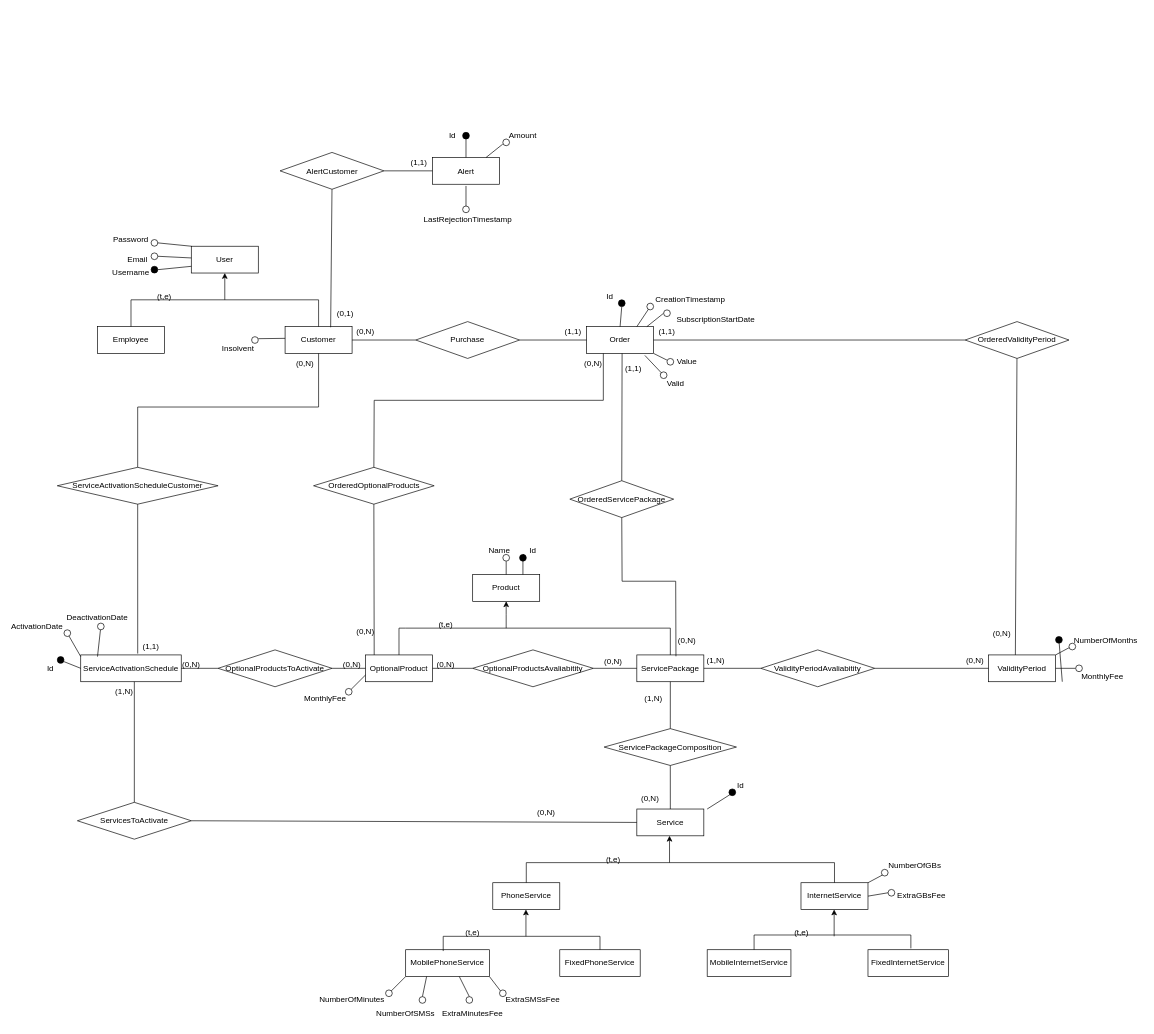
Earlier version of the draw.io diagram deliverables/ER.drawio (GianlucaLombardo13/db2-lombardo-magri). Source tidied: cells renumbered, new cells numbered last; positions are measured from the earlier drawing's top-left corner, leaving out a move shared by most shapes. Both pictures are drawn from the tidied source at 67%, with x=0, y=0 at pixel (17, 125).
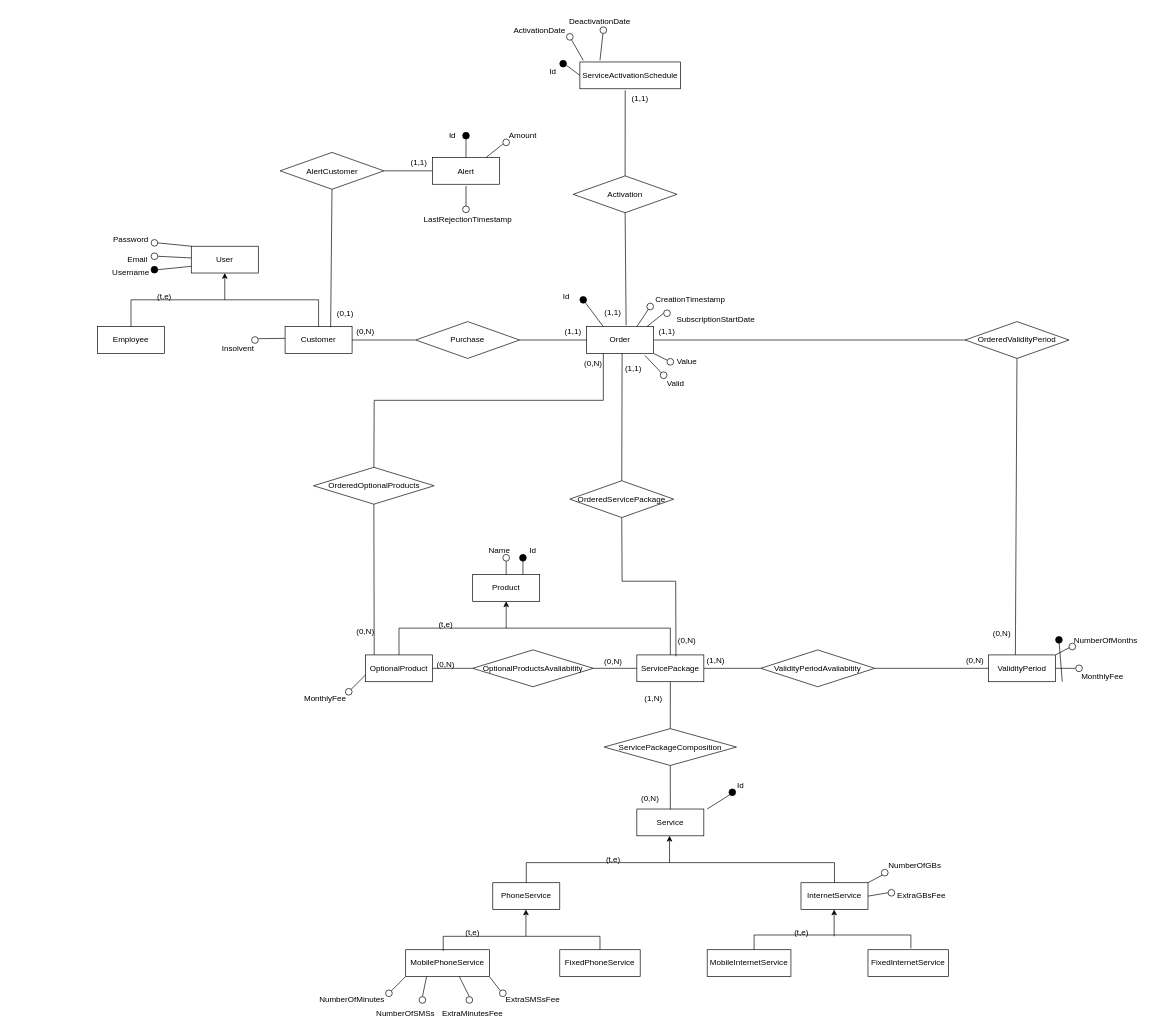
The same page after the edit.

Unchanged cells that the change refers to:
```xml
<mxCell id="4" value="Customer" style="whiteSpace=wrap;html=1;align=center;" parent="1" vertex="1">
  <mxGeometry x="400" y="300" width="100" height="40" as="geometry" />
</mxCell>
<mxCell id="26" value="OptionalProduct" style="whiteSpace=wrap;html=1;align=center;fillColor=#FFFFFF;" parent="1" vertex="1">
  <mxGeometry x="520" y="790" width="100" height="40" as="geometry" />
</mxCell>
<mxCell id="30" value="Service" style="whiteSpace=wrap;html=1;align=center;fillColor=#FFFFFF;" parent="1" vertex="1">
  <mxGeometry x="925" y="1020" width="100" height="40" as="geometry" />
</mxCell>
<mxCell id="91" value="Order" style="whiteSpace=wrap;html=1;align=center;fillColor=#FFFFFF;" parent="1" vertex="1">
  <mxGeometry x="850" y="300" width="100" height="40" as="geometry" />
</mxCell>
```

The edit, as a diff of the source:
```diff
@@
-    <mxCell id="92" style="endArrow=none;html=1;rounded=0;exitX=0.5;exitY=0;exitDx=0;exitDy=0;entryX=0.5;entryY=1;entryDx=0;entryDy=0;" parent="1" edge="1" source="91" target="93">
-      <mxGeometry relative="1" as="geometry" />
+    <mxCell id="92" style="endArrow=none;html=1;rounded=0;exitX=0.25;exitY=0;exitDx=0;exitDy=0;" parent="1" edge="1" source="91">
+      <mxGeometry relative="1" as="geometry">
+        <mxPoint x="845" y="260" as="targetPoint" />
+      </mxGeometry>
     </mxCell>
-    <mxCell id="93" style="ellipse;whiteSpace=wrap;html=1;fillColor=#000000;" parent="1" vertex="1">
-      <mxGeometry x="897.5" y="260" width="10" height="10" as="geometry" />
+    <mxCell id="93" style="ellipse;whiteSpace=wrap;html=1;fillColor=#000000;direction=south;" parent="1" vertex="1">
+      <mxGeometry x="840" y="255" width="10" height="10" as="geometry" />
     </mxCell>
@@
     <mxCell id="95" value="Id" style="text;html=1;strokeColor=none;fillColor=none;align=center;verticalAlign=middle;whiteSpace=wrap;rounded=0;" parent="1" vertex="1">
-      <mxGeometry x="855" y="240" width="60" height="30" as="geometry" />
+      <mxGeometry x="790" y="240" width="60" height="30" as="geometry" />
     </mxCell>
@@
     <mxCell id="129" value="ServiceActivationSchedule" style="whiteSpace=wrap;html=1;align=center;strokeColor=#000000;fillColor=#FFFFFF;" parent="1" vertex="1">
-      <mxGeometry x="95" y="790" width="150" height="40" as="geometry" />
+      <mxGeometry x="840" y="-95" width="150" height="40" as="geometry" />
     </mxCell>
-    <mxCell id="130" value="ServiceActivationScheduleCustomer" style="shape=rhombus;perimeter=rhombusPerimeter;whiteSpace=wrap;html=1;align=center;fillColor=#FFFFFF;" parent="1" vertex="1">
-      <mxGeometry x="60" y="510" width="240" height="55" as="geometry" />
-    </mxCell>
-    <mxCell id="131" style="endArrow=none;html=1;rounded=0;exitX=0.567;exitY=-0.05;exitDx=0;exitDy=0;exitPerimeter=0;entryX=0.5;entryY=1;entryDx=0;entryDy=0;" parent="1" edge="1" source="129" target="130">
-      <mxGeometry relative="1" as="geometry" />
-    </mxCell>
-    <mxCell id="132" style="endArrow=none;html=1;rounded=0;exitX=0.5;exitY=0;exitDx=0;exitDy=0;entryX=0.5;entryY=1;entryDx=0;entryDy=0;" parent="1" edge="1" source="130" target="4">
-      <mxGeometry relative="1" as="geometry">
-        <Array as="points">
-          <mxPoint x="180" y="420" />
-          <mxPoint x="450" y="420" />
-        </Array>
-      </mxGeometry>
-    </mxCell>
-    <mxCell id="133" value="(0,N)" style="text;html=1;strokeColor=none;fillColor=none;align=center;verticalAlign=middle;whiteSpace=wrap;rounded=0;" parent="1" vertex="1">
-      <mxGeometry x="400" y="340" width="60" height="30" as="geometry" />
-    </mxCell>
-    <mxCell id="134" value="(1,1)" style="text;html=1;strokeColor=none;fillColor=none;align=center;verticalAlign=middle;whiteSpace=wrap;rounded=0;" parent="1" vertex="1">
-      <mxGeometry x="170" y="762.5" width="60" height="30" as="geometry" />
-    </mxCell>
-    <mxCell id="135" value="OptionalProductsToActivate" style="shape=rhombus;perimeter=rhombusPerimeter;whiteSpace=wrap;html=1;align=center;fillColor=#FFFFFF;" parent="1" vertex="1">
-      <mxGeometry x="300" y="782.5" width="170" height="55" as="geometry" />
-    </mxCell>
-    <mxCell id="136" style="endArrow=none;html=1;rounded=0;exitX=1;exitY=0.5;exitDx=0;exitDy=0;" parent="1" edge="1" source="129" target="135">
-      <mxGeometry relative="1" as="geometry" />
-    </mxCell>
-    <mxCell id="137" style="endArrow=none;html=1;rounded=0;exitX=1;exitY=0.5;exitDx=0;exitDy=0;entryX=0;entryY=0.5;entryDx=0;entryDy=0;" parent="1" edge="1" source="135" target="26">
-      <mxGeometry relative="1" as="geometry" />
-    </mxCell>
-    <mxCell id="138" value="(0,N)" style="text;html=1;strokeColor=none;fillColor=none;align=center;verticalAlign=middle;whiteSpace=wrap;rounded=0;" parent="1" vertex="1">
-      <mxGeometry x="230" y="790" width="60" height="30" as="geometry" />
-    </mxCell>
-    <mxCell id="139" value="(0,N)" style="text;html=1;strokeColor=none;fillColor=none;align=center;verticalAlign=middle;whiteSpace=wrap;rounded=0;" parent="1" vertex="1">
-      <mxGeometry x="470" y="790" width="60" height="30" as="geometry" />
-    </mxCell>
-    <mxCell id="140" value="ServicesToActivate" style="shape=rhombus;perimeter=rhombusPerimeter;whiteSpace=wrap;html=1;align=center;fillColor=#FFFFFF;" parent="1" vertex="1">
-      <mxGeometry x="90" y="1010" width="170" height="55" as="geometry" />
-    </mxCell>
-    <mxCell id="141" style="endArrow=none;html=1;rounded=0;exitX=0.5;exitY=0;exitDx=0;exitDy=0;" parent="1" edge="1" source="140">
-      <mxGeometry relative="1" as="geometry">
-        <mxPoint x="175" y="830" as="targetPoint" />
-      </mxGeometry>
-    </mxCell>
-    <mxCell id="142" style="endArrow=none;html=1;rounded=0;exitX=1;exitY=0.5;exitDx=0;exitDy=0;entryX=0;entryY=0.5;entryDx=0;entryDy=0;" parent="1" edge="1" source="140" target="30">
-      <mxGeometry relative="1" as="geometry" />
-    </mxCell>
-    <mxCell id="143" value="(1,N)" style="text;html=1;strokeColor=none;fillColor=none;align=center;verticalAlign=middle;whiteSpace=wrap;rounded=0;" parent="1" vertex="1">
-      <mxGeometry x="130" y="830" width="60" height="30" as="geometry" />
-    </mxCell>
-    <mxCell id="144" value="(0,N)" style="text;html=1;strokeColor=none;fillColor=none;align=center;verticalAlign=middle;whiteSpace=wrap;rounded=0;" parent="1" vertex="1">
-      <mxGeometry x="760" y="1010" width="60" height="30" as="geometry" />
-    </mxCell>
     <mxCell id="145" style="endArrow=none;html=1;rounded=0;startArrow=none;" parent="1" edge="1" source="147">
       <mxGeometry relative="1" as="geometry">
-        <mxPoint x="120" y="750" as="targetPoint" />
+        <mxPoint x="870" y="-140" as="targetPoint" />
       </mxGeometry>
     </mxCell>
     <mxCell id="146" style="endArrow=none;html=1;rounded=0;startArrow=none;" parent="1" edge="1" source="149">
       <mxGeometry relative="1" as="geometry">
-        <mxPoint x="80" y="760" as="targetPoint" />
+        <mxPoint x="830" y="-130" as="targetPoint" />
       </mxGeometry>
     </mxCell>
     <mxCell id="147" style="ellipse;whiteSpace=wrap;html=1;fillColor=#FFFFFF;" parent="1" vertex="1">
-      <mxGeometry x="120" y="742.5" width="10" height="10" as="geometry" />
+      <mxGeometry x="870" y="-147.5" width="10" height="10" as="geometry" />
     </mxCell>
     <mxCell id="148" style="endArrow=none;html=1;rounded=0;" parent="1" edge="1" target="147">
       <mxGeometry relative="1" as="geometry">
-        <mxPoint x="120" y="792.5" as="sourcePoint" />
+        <mxPoint x="870" y="-97.5" as="sourcePoint" />
       </mxGeometry>
     </mxCell>
     <mxCell id="149" style="ellipse;whiteSpace=wrap;html=1;fillColor=#FFFFFF;" parent="1" vertex="1">
-      <mxGeometry x="70" y="752.5" width="10" height="10" as="geometry" />
+      <mxGeometry x="820" y="-137.5" width="10" height="10" as="geometry" />
     </mxCell>
     <mxCell id="150" style="endArrow=none;html=1;rounded=0;" parent="1" edge="1" target="149">
       <mxGeometry relative="1" as="geometry">
-        <mxPoint x="95" y="792.5" as="sourcePoint" />
+        <mxPoint x="845" y="-97.5" as="sourcePoint" />
       </mxGeometry>
     </mxCell>
     <mxCell id="151" style="ellipse;whiteSpace=wrap;html=1;fillColor=#000000;" parent="1" vertex="1">
-      <mxGeometry x="60" y="792.5" width="10" height="10" as="geometry" />
+      <mxGeometry x="810" y="-97.5" width="10" height="10" as="geometry" />
     </mxCell>
     <mxCell id="152" style="endArrow=none;html=1;rounded=0;exitX=0;exitY=0.5;exitDx=0;exitDy=0;" parent="1" edge="1" source="129">
       <mxGeometry relative="1" as="geometry">
-        <mxPoint x="70" y="800" as="targetPoint" />
+        <mxPoint x="820" y="-90" as="targetPoint" />
       </mxGeometry>
     </mxCell>
     <mxCell id="153" value="Id" style="text;html=1;strokeColor=none;fillColor=none;align=center;verticalAlign=middle;whiteSpace=wrap;rounded=0;" parent="1" vertex="1">
-      <mxGeometry x="20" y="795" width="60" height="30" as="geometry" />
+      <mxGeometry x="770" y="-95" width="60" height="30" as="geometry" />
     </mxCell>
     <mxCell id="154" value="ActivationDate" style="text;html=1;strokeColor=none;fillColor=none;align=center;verticalAlign=middle;whiteSpace=wrap;rounded=0;" parent="1" vertex="1">
-      <mxGeometry y="732.5" width="60" height="30" as="geometry" />
+      <mxGeometry x="750" y="-157.5" width="60" height="30" as="geometry" />
     </mxCell>
     <mxCell id="155" value="DeactivationDate" style="text;html=1;strokeColor=none;fillColor=none;align=center;verticalAlign=middle;whiteSpace=wrap;rounded=0;" parent="1" vertex="1">
-      <mxGeometry x="90" y="720" width="60" height="30" as="geometry" />
+      <mxGeometry x="840" y="-170" width="60" height="30" as="geometry" />
     </mxCell>
@@
+    <mxCell id="180" value="Activation" style="shape=rhombus;perimeter=rhombusPerimeter;whiteSpace=wrap;html=1;align=center;fillColor=#FFFFFF;" parent="1" vertex="1">
+      <mxGeometry x="830" y="75" width="155" height="55" as="geometry" />
+    </mxCell>
+    <mxCell id="181" style="endArrow=none;html=1;rounded=0;exitX=0.5;exitY=0;exitDx=0;exitDy=0;entryX=0.451;entryY=1.058;entryDx=0;entryDy=0;entryPerimeter=0;" parent="1" edge="1" source="180" target="129">
+      <mxGeometry relative="1" as="geometry" />
+    </mxCell>
+    <mxCell id="182" style="endArrow=none;html=1;rounded=0;exitX=0.59;exitY=-0.05;exitDx=0;exitDy=0;exitPerimeter=0;entryX=0.5;entryY=1;entryDx=0;entryDy=0;" parent="1" edge="1" source="91" target="180">
+      <mxGeometry relative="1" as="geometry" />
+    </mxCell>
+    <mxCell id="134" value="(1,1)" style="text;html=1;strokeColor=none;fillColor=none;align=center;verticalAlign=middle;whiteSpace=wrap;rounded=0;" parent="1" vertex="1">
+      <mxGeometry x="900" y="-55" width="60" height="30" as="geometry" />
+    </mxCell>
+    <mxCell id="183" value="(1,1)" style="text;whiteSpace=wrap;html=1;" parent="1" vertex="1">
+      <mxGeometry x="875" y="265" width="50" height="30" as="geometry" />
+    </mxCell>
```
